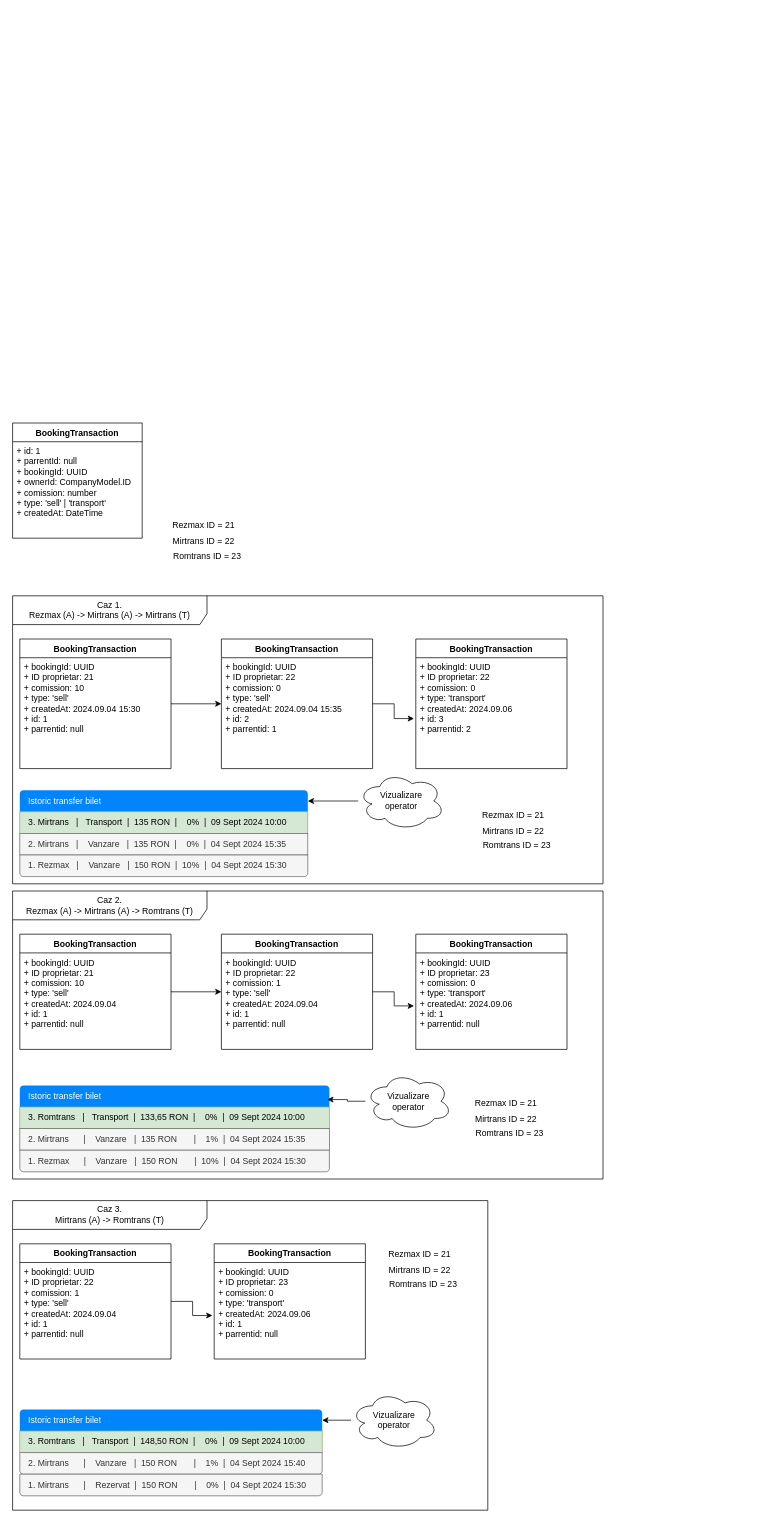
maxCheptea/Diagrams keeps this draw.io diagram as page "Booking flow" (3 of 3) of GBS/GBS_Booking_flow.drawio. Above is the earlier version. Source tidied: cells renumbered, new cells numbered last; positions are measured from the earlier drawing's top-left corner, leaving out a move shared by most shapes. Both pictures are drawn from the tidied source at 72%, with x=0, y=0 at pixel (12, 423).
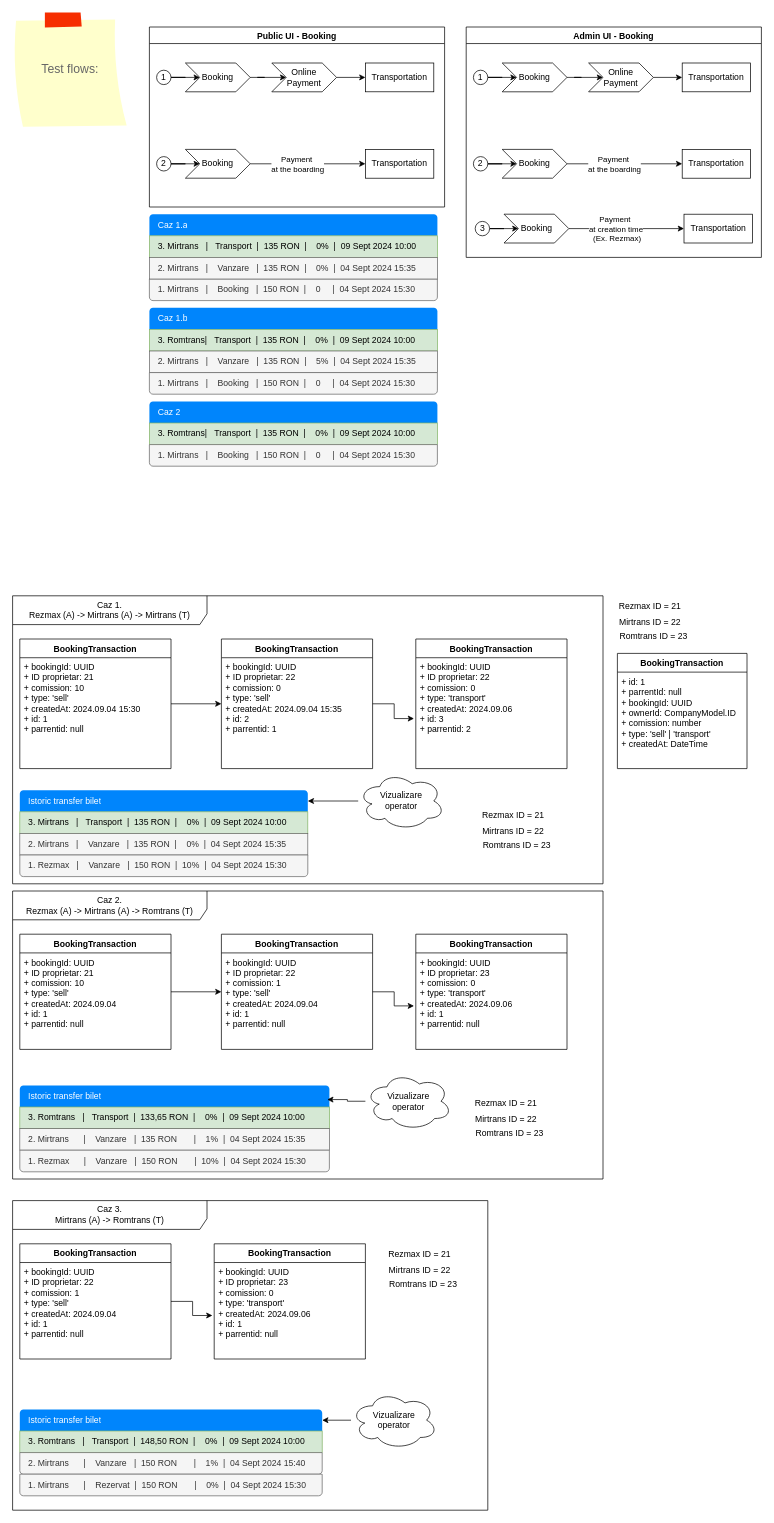
The same page after the edit.

What changed in the source:
```diff
@@
     <mxCell id="2" value="BookingTransaction&lt;div&gt;&lt;br&gt;&lt;/div&gt;" style="swimlane;fontStyle=1;align=center;verticalAlign=top;horizontal=1;startSize=26;whiteSpace=wrap;html=1;" parent="1" vertex="1">
-      <mxGeometry width="180" height="160" as="geometry" />
+      <mxGeometry x="840" y="320" width="180" height="160" as="geometry" />
     </mxCell>
@@
     <mxCell id="4" value="Rezmax ID = 21" style="text;html=1;align=center;verticalAlign=middle;strokeColor=none;fillColor=none;" parent="1" vertex="1">
-      <mxGeometry x="210" y="128" width="110" height="30" as="geometry" />
+      <mxGeometry x="830" y="240" width="110" height="30" as="geometry" />
     </mxCell>
     <mxCell id="5" value="Mirtrans ID = 22" style="text;html=1;align=center;verticalAlign=middle;strokeColor=none;fillColor=none;" parent="1" vertex="1">
-      <mxGeometry x="210" y="150" width="110" height="30" as="geometry" />
+      <mxGeometry x="830" y="262" width="110" height="30" as="geometry" />
     </mxCell>
     <mxCell id="6" value="Romtrans ID = 23" style="text;html=1;align=center;verticalAlign=middle;strokeColor=none;fillColor=none;" parent="1" vertex="1">
-      <mxGeometry x="210" y="170" width="120" height="30" as="geometry" />
+      <mxGeometry x="830" y="282" width="120" height="30" as="geometry" />
     </mxCell>
@@
+    <mxCell id="61" value="Test flows:" style="strokeWidth=1;shadow=0;dashed=0;align=center;html=1;shape=mxgraph.mockup.text.stickyNote2;fontColor=#666666;mainText=;fontSize=17;whiteSpace=wrap;fillColor=#ffffcc;strokeColor=#F62E00;" parent="1" vertex="1">
+      <mxGeometry y="-570" width="160" height="160" as="geometry" />
+    </mxCell>
+    <mxCell id="62" value="Public UI - Booking" style="swimlane;" parent="1" vertex="1">
+      <mxGeometry x="190" y="-550" width="410" height="250" as="geometry" />
+    </mxCell>
+    <mxCell id="63" style="edgeStyle=orthogonalEdgeStyle;rounded=0;jettySize=auto;html=1;" parent="62" edge="1" source="64" target="66">
+      <mxGeometry relative="1" as="geometry" />
+    </mxCell>
+    <mxCell id="64" value="Booking" style="shape=step;perimeter=stepPerimeter;whiteSpace=wrap;html=1;fixedSize=1;" parent="62" vertex="1">
+      <mxGeometry x="50" y="50" width="90" height="40" as="geometry" />
+    </mxCell>
+    <mxCell id="65" style="edgeStyle=orthogonalEdgeStyle;rounded=0;jettySize=auto;html=1;" parent="62" edge="1" source="66" target="67">
+      <mxGeometry relative="1" as="geometry" />
+    </mxCell>
+    <mxCell id="66" value="Online&lt;div&gt;Payment&lt;/div&gt;" style="shape=step;perimeter=stepPerimeter;whiteSpace=wrap;html=1;fixedSize=1;" parent="62" vertex="1">
+      <mxGeometry x="170" y="50" width="90" height="40" as="geometry" />
+    </mxCell>
+    <mxCell id="67" value="Transportation" style="whiteSpace=wrap;html=1;" parent="62" vertex="1">
+      <mxGeometry x="300" y="50" width="95" height="40" as="geometry" />
+    </mxCell>
+    <mxCell id="68" style="edgeStyle=orthogonalEdgeStyle;rounded=0;jettySize=auto;html=1;" parent="62" edge="1" source="69" target="64">
+      <mxGeometry relative="1" as="geometry" />
+    </mxCell>
+    <mxCell id="69" value="1" style="ellipse;whiteSpace=wrap;html=1;" parent="62" vertex="1">
+      <mxGeometry x="10" y="60" width="20" height="20" as="geometry" />
+    </mxCell>
+    <mxCell id="70" style="edgeStyle=orthogonalEdgeStyle;rounded=0;jettySize=auto;html=1;entryX=0;entryY=0.5;entryDx=0;entryDy=0;" parent="62" edge="1" source="72" target="73">
+      <mxGeometry relative="1" as="geometry" />
+    </mxCell>
+    <mxCell id="71" value="Payment&amp;nbsp;&lt;div&gt;at the boarding&lt;/div&gt;" style="edgeLabel;html=1;align=center;verticalAlign=middle;" parent="70" vertex="1">
+      <mxGeometry x="-0.19" relative="1" as="geometry" />
+    </mxCell>
+    <mxCell id="72" value="Booking" style="shape=step;perimeter=stepPerimeter;whiteSpace=wrap;html=1;fixedSize=1;" parent="62" vertex="1">
+      <mxGeometry x="50" y="170" width="90" height="40" as="geometry" />
+    </mxCell>
+    <mxCell id="73" value="Transportation" style="whiteSpace=wrap;html=1;" parent="62" vertex="1">
+      <mxGeometry x="300" y="170" width="95" height="40" as="geometry" />
+    </mxCell>
+    <mxCell id="74" style="edgeStyle=orthogonalEdgeStyle;rounded=0;jettySize=auto;html=1;" parent="62" edge="1" source="75" target="72">
+      <mxGeometry relative="1" as="geometry" />
+    </mxCell>
+    <mxCell id="75" value="2" style="ellipse;whiteSpace=wrap;html=1;" parent="62" vertex="1">
+      <mxGeometry x="10" y="180" width="20" height="20" as="geometry" />
+    </mxCell>
+    <mxCell id="76" value="Admin UI - Booking" style="swimlane;" parent="1" vertex="1">
+      <mxGeometry x="630" y="-550" width="410" height="320" as="geometry" />
+    </mxCell>
+    <mxCell id="77" style="edgeStyle=orthogonalEdgeStyle;rounded=0;jettySize=auto;html=1;" parent="76" edge="1" source="78" target="80">
+      <mxGeometry relative="1" as="geometry" />
+    </mxCell>
+    <mxCell id="78" value="Booking" style="shape=step;perimeter=stepPerimeter;whiteSpace=wrap;html=1;fixedSize=1;" parent="76" vertex="1">
+      <mxGeometry x="50" y="50" width="90" height="40" as="geometry" />
+    </mxCell>
+    <mxCell id="79" style="edgeStyle=orthogonalEdgeStyle;rounded=0;jettySize=auto;html=1;" parent="76" edge="1" source="80" target="81">
+      <mxGeometry relative="1" as="geometry" />
+    </mxCell>
+    <mxCell id="80" value="Online&lt;div&gt;Payment&lt;/div&gt;" style="shape=step;perimeter=stepPerimeter;whiteSpace=wrap;html=1;fixedSize=1;" parent="76" vertex="1">
+      <mxGeometry x="170" y="50" width="90" height="40" as="geometry" />
+    </mxCell>
+    <mxCell id="81" value="Transportation" style="whiteSpace=wrap;html=1;" parent="76" vertex="1">
+      <mxGeometry x="300" y="50" width="95" height="40" as="geometry" />
+    </mxCell>
+    <mxCell id="82" style="edgeStyle=orthogonalEdgeStyle;rounded=0;jettySize=auto;html=1;" parent="76" edge="1" source="83" target="78">
+      <mxGeometry relative="1" as="geometry" />
+    </mxCell>
+    <mxCell id="83" value="1" style="ellipse;whiteSpace=wrap;html=1;" parent="76" vertex="1">
+      <mxGeometry x="10" y="60" width="20" height="20" as="geometry" />
+    </mxCell>
+    <mxCell id="84" style="edgeStyle=orthogonalEdgeStyle;rounded=0;jettySize=auto;html=1;entryX=0;entryY=0.5;entryDx=0;entryDy=0;" parent="76" edge="1" source="86" target="87">
+      <mxGeometry relative="1" as="geometry" />
+    </mxCell>
+    <mxCell id="85" value="Payment&amp;nbsp;&lt;div&gt;at the boarding&lt;/div&gt;" style="edgeLabel;html=1;align=center;verticalAlign=middle;" parent="84" vertex="1">
+      <mxGeometry x="-0.19" relative="1" as="geometry" />
+    </mxCell>
+    <mxCell id="86" value="Booking" style="shape=step;perimeter=stepPerimeter;whiteSpace=wrap;html=1;fixedSize=1;" parent="76" vertex="1">
+      <mxGeometry x="50" y="170" width="90" height="40" as="geometry" />
+    </mxCell>
+    <mxCell id="87" value="Transportation" style="whiteSpace=wrap;html=1;" parent="76" vertex="1">
+      <mxGeometry x="300" y="170" width="95" height="40" as="geometry" />
+    </mxCell>
+    <mxCell id="88" style="edgeStyle=orthogonalEdgeStyle;rounded=0;jettySize=auto;html=1;" parent="76" edge="1" source="89" target="86">
+      <mxGeometry relative="1" as="geometry" />
+    </mxCell>
+    <mxCell id="89" value="2" style="ellipse;whiteSpace=wrap;html=1;" parent="76" vertex="1">
+      <mxGeometry x="10" y="180" width="20" height="20" as="geometry" />
+    </mxCell>
+    <mxCell id="90" style="edgeStyle=orthogonalEdgeStyle;rounded=0;jettySize=auto;html=1;entryX=0;entryY=0.5;entryDx=0;entryDy=0;" parent="76" edge="1" source="92" target="93">
+      <mxGeometry relative="1" as="geometry" />
+    </mxCell>
+    <mxCell id="91" value="Payment&amp;nbsp;&lt;div&gt;at creation time&lt;/div&gt;&lt;div&gt;&amp;nbsp;(Ex. Rezmax)&lt;/div&gt;" style="edgeLabel;html=1;align=center;verticalAlign=middle;" parent="90" vertex="1">
+      <mxGeometry x="-0.19" relative="1" as="geometry" />
+    </mxCell>
+    <mxCell id="92" value="Booking" style="shape=step;perimeter=stepPerimeter;whiteSpace=wrap;html=1;fixedSize=1;" parent="76" vertex="1">
+      <mxGeometry x="52.5" y="260" width="90" height="40" as="geometry" />
+    </mxCell>
+    <mxCell id="93" value="Transportation" style="whiteSpace=wrap;html=1;" parent="76" vertex="1">
+      <mxGeometry x="302.5" y="260" width="95" height="40" as="geometry" />
+    </mxCell>
+    <mxCell id="94" style="edgeStyle=orthogonalEdgeStyle;rounded=0;jettySize=auto;html=1;" parent="76" edge="1" source="95" target="92">
+      <mxGeometry relative="1" as="geometry" />
+    </mxCell>
+    <mxCell id="95" value="3" style="ellipse;whiteSpace=wrap;html=1;" parent="76" vertex="1">
+      <mxGeometry x="12.5" y="270" width="20" height="20" as="geometry" />
+    </mxCell>
+    <mxCell id="96" style="swimlane;fontStyle=0;horizontal=1;startSize=0;whiteSpace=wrap;html=1;strokeColor=none;fillColor=none;" parent="1" vertex="1">
+      <mxGeometry x="190" y="-290" width="400" height="60" as="geometry" />
+    </mxCell>
+    <mxCell id="97" value="Caz 1.a" style="text;strokeColor=none;fillColor=#0085FC;align=left;verticalAlign=middle;spacingLeft=10;spacingRight=10;overflow=hidden;whiteSpace=wrap;html=1;shape=mxgraph.bootstrap.topButton;rSize=5;fontColor=#ffffff;" parent="96" vertex="1">
+      <mxGeometry width="400" height="30" as="geometry" />
+    </mxCell>
+    <mxCell id="98" value="3. Mirtrans&amp;nbsp; &amp;nbsp;|&amp;nbsp; &amp;nbsp;Transport&amp;nbsp; |&amp;nbsp; 135 RON&amp;nbsp; |&amp;nbsp; &amp;nbsp; 0%&amp;nbsp; |&amp;nbsp; 09 Sept 2024 10:00&amp;nbsp;" style="text;strokeColor=#82b366;fillColor=#d5e8d4;align=left;verticalAlign=middle;spacingLeft=10;spacingRight=10;overflow=hidden;whiteSpace=wrap;html=1;rSize=5;" parent="96" vertex="1">
+      <mxGeometry y="30" width="400" height="30" as="geometry" />
+    </mxCell>
+    <mxCell id="99" value="1. Mirtrans&amp;nbsp; &amp;nbsp;|&amp;nbsp; &amp;nbsp; Booking&amp;nbsp; &amp;nbsp;|&amp;nbsp; 150 RON&amp;nbsp; |&amp;nbsp; &amp;nbsp; 0&amp;nbsp; &amp;nbsp; &amp;nbsp;|&amp;nbsp; 04 Sept 2024 15:30&amp;nbsp;" style="text;strokeColor=#666666;fillColor=#f5f5f5;align=left;verticalAlign=middle;spacingLeft=10;spacingRight=10;overflow=hidden;whiteSpace=wrap;html=1;shape=mxgraph.bootstrap.bottomButton;rSize=5;fontColor=#333333;" parent="1" vertex="1">
+      <mxGeometry x="190" y="-200" width="400" height="30" as="geometry" />
+    </mxCell>
+    <mxCell id="100" value="2. Mirtrans&amp;nbsp; &amp;nbsp;|&amp;nbsp; &amp;nbsp; Vanzare&amp;nbsp; &amp;nbsp;|&amp;nbsp; 135 RON&amp;nbsp; |&amp;nbsp; &amp;nbsp; 0%&amp;nbsp; |&amp;nbsp; 04 Sept 2024 15:35&amp;nbsp;" style="text;strokeColor=#666666;fillColor=#f5f5f5;align=left;verticalAlign=middle;spacingLeft=10;spacingRight=10;overflow=hidden;whiteSpace=wrap;html=1;rSize=5;fontColor=#333333;" parent="1" vertex="1">
+      <mxGeometry x="190" y="-230" width="400" height="30" as="geometry" />
+    </mxCell>
+    <mxCell id="101" style="swimlane;fontStyle=0;horizontal=1;startSize=0;whiteSpace=wrap;html=1;strokeColor=none;fillColor=none;" parent="1" vertex="1">
+      <mxGeometry x="190" y="-160" width="400" height="60" as="geometry" />
+    </mxCell>
+    <mxCell id="102" value="Caz 1.b" style="text;strokeColor=none;fillColor=#0085FC;align=left;verticalAlign=middle;spacingLeft=10;spacingRight=10;overflow=hidden;whiteSpace=wrap;html=1;shape=mxgraph.bootstrap.topButton;rSize=5;fontColor=#ffffff;" parent="101" vertex="1">
+      <mxGeometry width="400" height="30" as="geometry" />
+    </mxCell>
+    <mxCell id="103" value="3. Romtrans|&amp;nbsp; &amp;nbsp;Transport&amp;nbsp; |&amp;nbsp; 135 RON&amp;nbsp; |&amp;nbsp; &amp;nbsp; 0%&amp;nbsp; |&amp;nbsp; 09 Sept 2024 10:00&amp;nbsp;" style="text;strokeColor=#82b366;fillColor=#d5e8d4;align=left;verticalAlign=middle;spacingLeft=10;spacingRight=10;overflow=hidden;whiteSpace=wrap;html=1;rSize=5;" parent="101" vertex="1">
+      <mxGeometry y="30" width="400" height="30" as="geometry" />
+    </mxCell>
+    <mxCell id="104" value="1. Mirtrans&amp;nbsp; &amp;nbsp;|&amp;nbsp; &amp;nbsp; Booking&amp;nbsp; &amp;nbsp;|&amp;nbsp; 150 RON&amp;nbsp; |&amp;nbsp; &amp;nbsp; 0&amp;nbsp; &amp;nbsp; &amp;nbsp;|&amp;nbsp; 04 Sept 2024 15:30&amp;nbsp;" style="text;strokeColor=#666666;fillColor=#f5f5f5;align=left;verticalAlign=middle;spacingLeft=10;spacingRight=10;overflow=hidden;whiteSpace=wrap;html=1;shape=mxgraph.bootstrap.bottomButton;rSize=5;fontColor=#333333;" parent="1" vertex="1">
+      <mxGeometry x="190" y="-70" width="400" height="30" as="geometry" />
+    </mxCell>
+    <mxCell id="105" value="2. Mirtrans&amp;nbsp; &amp;nbsp;|&amp;nbsp; &amp;nbsp; Vanzare&amp;nbsp; &amp;nbsp;|&amp;nbsp; 135 RON&amp;nbsp; |&amp;nbsp; &amp;nbsp; 5%&amp;nbsp; |&amp;nbsp; 04 Sept 2024 15:35&amp;nbsp;" style="text;strokeColor=#666666;fillColor=#f5f5f5;align=left;verticalAlign=middle;spacingLeft=10;spacingRight=10;overflow=hidden;whiteSpace=wrap;html=1;rSize=5;fontColor=#333333;" parent="1" vertex="1">
+      <mxGeometry x="190" y="-100" width="400" height="30" as="geometry" />
+    </mxCell>
+    <mxCell id="106" style="swimlane;fontStyle=0;horizontal=1;startSize=0;whiteSpace=wrap;html=1;strokeColor=none;fillColor=none;" parent="1" vertex="1">
+      <mxGeometry x="190" y="-30" width="400" height="60" as="geometry" />
+    </mxCell>
+    <mxCell id="107" value="Caz 2" style="text;strokeColor=none;fillColor=#0085FC;align=left;verticalAlign=middle;spacingLeft=10;spacingRight=10;overflow=hidden;whiteSpace=wrap;html=1;shape=mxgraph.bootstrap.topButton;rSize=5;fontColor=#ffffff;" parent="106" vertex="1">
+      <mxGeometry width="400" height="30" as="geometry" />
+    </mxCell>
+    <mxCell id="108" value="3. Romtrans|&amp;nbsp; &amp;nbsp;Transport&amp;nbsp; |&amp;nbsp; 135 RON&amp;nbsp; |&amp;nbsp; &amp;nbsp; 0%&amp;nbsp; |&amp;nbsp; 09 Sept 2024 10:00&amp;nbsp;" style="text;strokeColor=#82b366;fillColor=#d5e8d4;align=left;verticalAlign=middle;spacingLeft=10;spacingRight=10;overflow=hidden;whiteSpace=wrap;html=1;rSize=5;" parent="106" vertex="1">
+      <mxGeometry y="30" width="400" height="30" as="geometry" />
+    </mxCell>
+    <mxCell id="109" value="1. Mirtrans&amp;nbsp; &amp;nbsp;|&amp;nbsp; &amp;nbsp; Booking&amp;nbsp; &amp;nbsp;|&amp;nbsp; 150 RON&amp;nbsp; |&amp;nbsp; &amp;nbsp; 0&amp;nbsp; &amp;nbsp; &amp;nbsp;|&amp;nbsp; 04 Sept 2024 15:30&amp;nbsp;" style="text;strokeColor=#666666;fillColor=#f5f5f5;align=left;verticalAlign=middle;spacingLeft=10;spacingRight=10;overflow=hidden;whiteSpace=wrap;html=1;shape=mxgraph.bootstrap.bottomButton;rSize=5;fontColor=#333333;" parent="1" vertex="1">
+      <mxGeometry x="190" y="30" width="400" height="30" as="geometry" />
+    </mxCell>
```
